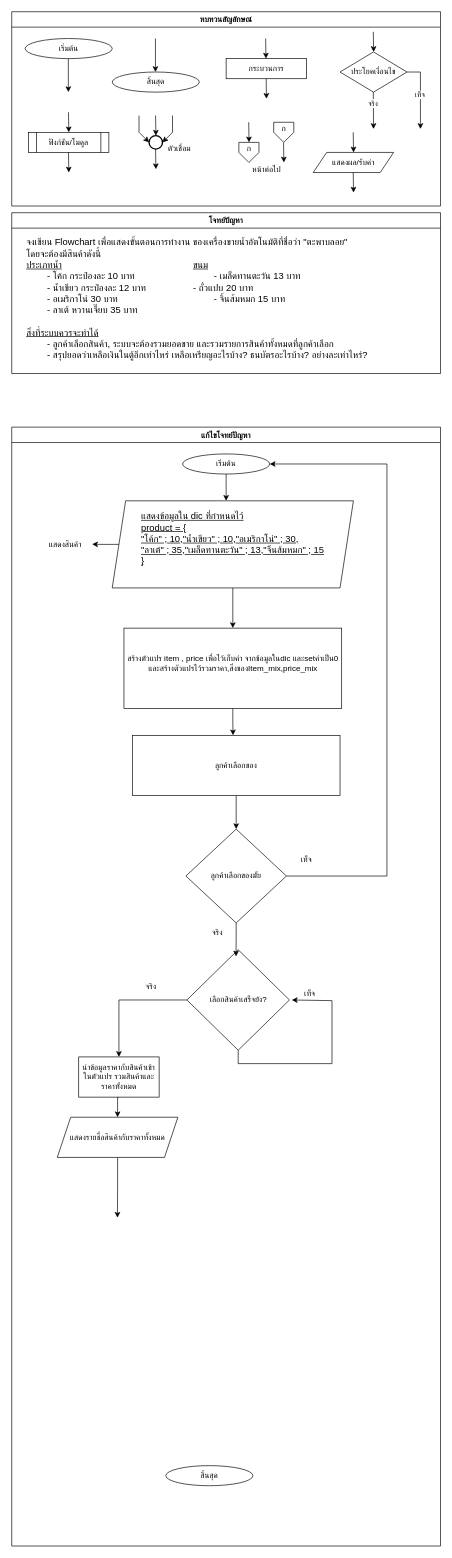
Above: LAB/Lab2/Lab2_code.drawio in PanupongThongdee/ENGCC304 (draw.io), before the change. Source tidied: cells renumbered, new cells numbered last; positions are measured from the earlier drawing's top-left corner, leaving out a move shared by most shapes. Both pictures are drawn from the tidied source at 67%, with x=0, y=0 at pixel (11, 11).
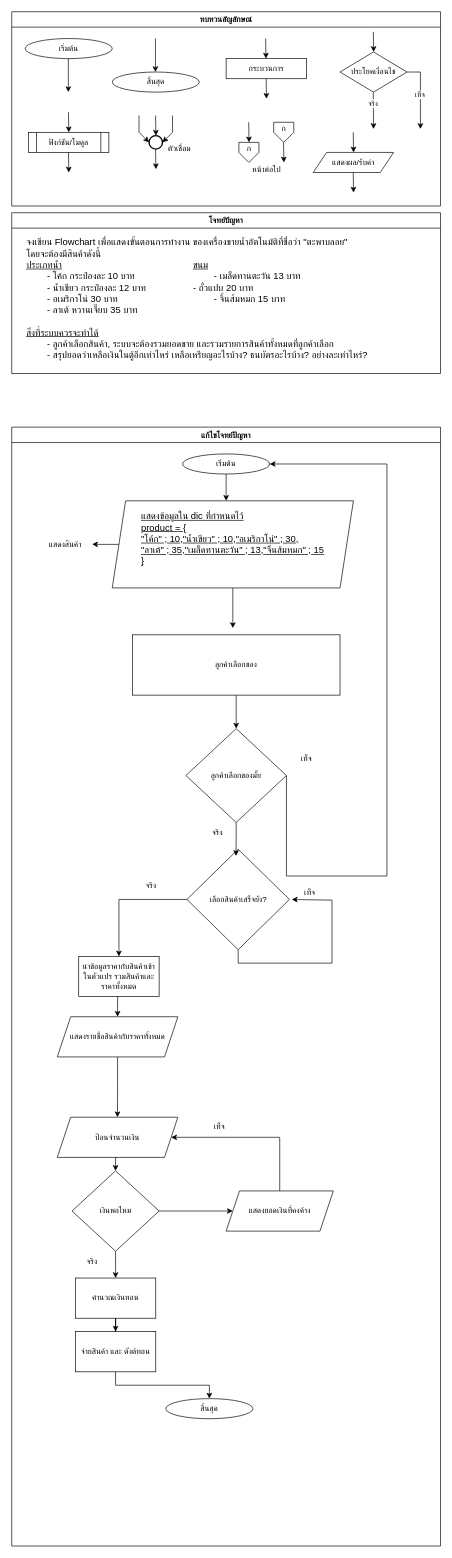
The same page after the edit.

Unchanged cells that the change refers to:
```xml
<mxCell id="35" value="แก้ไขโจทย์ปัญหา" style="swimlane;fontFamily=Sarabun;" parent="1" vertex="1">
  <mxGeometry y="620" width="640" height="1670" as="geometry" />
</mxCell>
<mxCell id="36" value="&lt;font face=&quot;Sarabun&quot;&gt;เริ่มต้น&lt;/font&gt;" style="ellipse;whiteSpace=wrap;html=1;" parent="35" vertex="1">
  <mxGeometry x="255" y="40" width="130" height="30" as="geometry" />
</mxCell>
```

What changed in the source:
```diff
@@
-    <mxCell id="37" value="&lt;font face=&quot;Sarabun&quot;&gt;สิ้นสุด&lt;/font&gt;" style="ellipse;whiteSpace=wrap;html=1;" parent="35" vertex="1">
-      <mxGeometry x="230" y="1550" width="130" height="30" as="geometry" />
-    </mxCell>
@@
-    <mxCell id="43" style="edgeStyle=orthogonalEdgeStyle;rounded=0;jettySize=auto;html=1;exitX=0.5;exitY=1;exitDx=0;exitDy=0;" parent="35" edge="1" source="44">
-      <mxGeometry relative="1" as="geometry">
-        <mxPoint x="330.3" y="460" as="targetPoint" />
-      </mxGeometry>
-    </mxCell>
-    <mxCell id="44" value="สร้างตัวแปร item , price เพื่อไว้เก็บค่า จากข้อมูลในdic และsetค่าเป็น0&lt;div&gt;และสร้างตัวแปรไว้รวมราคา,สิ่งของItem_mix,price_mix&lt;br&gt;&lt;div&gt;&lt;br&gt;&lt;/div&gt;&lt;/div&gt;" style="rounded=0;whiteSpace=wrap;html=1;" parent="35" vertex="1">
-      <mxGeometry x="167.5" y="300" width="325" height="120" as="geometry" />
-    </mxCell>
+    <mxCell id="54" style="edgeStyle=orthogonalEdgeStyle;rounded=0;jettySize=auto;html=1;exitX=1;exitY=0.5;exitDx=0;exitDy=0;entryX=1;entryY=0.5;entryDx=0;entryDy=0;" parent="35" edge="1" source="55" target="36">
+      <mxGeometry relative="1" as="geometry">
+        <Array as="points">
+          <mxPoint x="560" y="670" />
+          <mxPoint x="560" y="55" />
+        </Array>
+      </mxGeometry>
+    </mxCell>
+    <mxCell id="37" value="&lt;font face=&quot;Sarabun&quot;&gt;สิ้นสุด&lt;/font&gt;" style="ellipse;whiteSpace=wrap;html=1;" parent="35" vertex="1">
+      <mxGeometry x="230" y="1450" width="130" height="30" as="geometry" />
+    </mxCell>
@@
     <mxCell id="46" value="ลูกค้าเลือกของ" style="rounded=0;whiteSpace=wrap;html=1;" parent="35" vertex="1">
-      <mxGeometry x="180" y="460" width="310" height="90" as="geometry" />
+      <mxGeometry x="180" y="310" width="310" height="90" as="geometry" />
     </mxCell>
@@
     <mxCell id="48" value="เลือกสินค้าเสร็จยัง?" style="rhombus;whiteSpace=wrap;html=1;" parent="35" vertex="1">
-      <mxGeometry x="261.5" y="780" width="153" height="150" as="geometry" />
+      <mxGeometry x="261.5" y="630" width="153" height="150" as="geometry" />
     </mxCell>
     <mxCell id="49" style="edgeStyle=orthogonalEdgeStyle;rounded=0;jettySize=auto;html=1;exitX=0.5;exitY=1;exitDx=0;exitDy=0;" parent="35" edge="1" source="50">
       <mxGeometry relative="1" as="geometry">
-        <mxPoint x="157.8" y="1180" as="targetPoint" />
+        <mxPoint x="157.8" y="1030" as="targetPoint" />
       </mxGeometry>
     </mxCell>
     <mxCell id="50" value="แสดงรายชื่อสินค้ากับราคาทั้งหมด" style="shape=parallelogram;perimeter=parallelogramPerimeter;whiteSpace=wrap;html=1;fixedSize=1;" parent="35" vertex="1">
-      <mxGeometry x="68" y="1030" width="180" height="60" as="geometry" />
+      <mxGeometry x="68" y="880" width="180" height="60" as="geometry" />
     </mxCell>
     <mxCell id="51" style="edgeStyle=orthogonalEdgeStyle;rounded=0;jettySize=auto;html=1;exitX=0.5;exitY=1;exitDx=0;exitDy=0;" parent="35" edge="1" source="48">
       <mxGeometry relative="1" as="geometry">
-        <mxPoint x="418" y="855" as="targetPoint" />
+        <mxPoint x="418" y="705" as="targetPoint" />
         <Array as="points">
-          <mxPoint x="338" y="950" />
-          <mxPoint x="478" y="950" />
-          <mxPoint x="478" y="856" />
-          <mxPoint x="418" y="856" />
+          <mxPoint x="338" y="800" />
+          <mxPoint x="478" y="800" />
+          <mxPoint x="478" y="706" />
+          <mxPoint x="418" y="706" />
         </Array>
       </mxGeometry>
     </mxCell>
     <mxCell id="52" value="จริง" style="text;html=1;align=center;verticalAlign=middle;whiteSpace=wrap;rounded=0;" parent="35" vertex="1">
-      <mxGeometry x="178" y="820" width="60" height="30" as="geometry" />
+      <mxGeometry x="178" y="670" width="60" height="30" as="geometry" />
     </mxCell>
     <mxCell id="53" value="เท็จ" style="text;html=1;align=center;verticalAlign=middle;whiteSpace=wrap;rounded=0;" parent="35" vertex="1">
-      <mxGeometry x="414.5" y="830" width="60" height="30" as="geometry" />
+      <mxGeometry x="414.5" y="680" width="60" height="30" as="geometry" />
     </mxCell>
-    <mxCell id="54" style="edgeStyle=orthogonalEdgeStyle;rounded=0;jettySize=auto;html=1;exitX=1;exitY=0.5;exitDx=0;exitDy=0;entryX=1;entryY=0.5;entryDx=0;entryDy=0;" parent="35" edge="1" source="55" target="36">
-      <mxGeometry relative="1" as="geometry">
-        <Array as="points">
-          <mxPoint x="560" y="670" />
-          <mxPoint x="560" y="55" />
-        </Array>
-      </mxGeometry>
-    </mxCell>
     <mxCell id="55" value="ลูกค้าเลือกของมั้ย" style="rhombus;whiteSpace=wrap;html=1;" parent="35" vertex="1">
-      <mxGeometry x="260" y="600" width="150" height="140" as="geometry" />
+      <mxGeometry x="260" y="450" width="150" height="140" as="geometry" />
     </mxCell>
@@
     <mxCell id="57" value="จริง" style="text;html=1;align=center;verticalAlign=middle;whiteSpace=wrap;rounded=0;" parent="35" vertex="1">
-      <mxGeometry x="277" y="740" width="60" height="30" as="geometry" />
+      <mxGeometry x="277" y="590" width="60" height="30" as="geometry" />
     </mxCell>
     <mxCell id="58" value="เท็จ" style="text;html=1;align=center;verticalAlign=middle;whiteSpace=wrap;rounded=0;" parent="35" vertex="1">
-      <mxGeometry x="410" y="630" width="60" height="30" as="geometry" />
+      <mxGeometry x="410" y="480" width="60" height="30" as="geometry" />
     </mxCell>
@@
     <mxCell id="60" value="นำข้อมูลราคากับสินค้าเข้าในตัวแปร รวมสินค้าและราคาทั้งหมด" style="rounded=0;whiteSpace=wrap;html=1;" parent="35" vertex="1">
-      <mxGeometry x="100" y="940" width="120" height="60" as="geometry" />
+      <mxGeometry x="100" y="790" width="120" height="60" as="geometry" />
     </mxCell>
+    <mxCell id="63" style="edgeStyle=orthogonalEdgeStyle;rounded=0;jettySize=auto;html=1;exitX=0.5;exitY=1;exitDx=0;exitDy=0;entryX=0.5;entryY=0;entryDx=0;entryDy=0;" parent="35" edge="1" source="64" target="67">
+      <mxGeometry relative="1" as="geometry" />
+    </mxCell>
+    <mxCell id="64" value="ป้อนจำนวนเงิน" style="shape=parallelogram;perimeter=parallelogramPerimeter;whiteSpace=wrap;html=1;fixedSize=1;" parent="35" vertex="1">
+      <mxGeometry x="68" y="1030" width="180" height="60" as="geometry" />
+    </mxCell>
+    <mxCell id="65" value="คำนวณเงินทอน" style="rounded=0;whiteSpace=wrap;html=1;" parent="35" vertex="1">
+      <mxGeometry x="95" y="1270" width="120" height="60" as="geometry" />
+    </mxCell>
+    <mxCell id="66" style="edgeStyle=orthogonalEdgeStyle;rounded=0;jettySize=auto;html=1;exitX=0.5;exitY=1;exitDx=0;exitDy=0;" parent="35" edge="1" source="67">
+      <mxGeometry relative="1" as="geometry">
+        <mxPoint x="155" y="1270" as="targetPoint" />
+      </mxGeometry>
+    </mxCell>
+    <mxCell id="67" value="เงินพอไหม" style="rhombus;whiteSpace=wrap;html=1;" parent="35" vertex="1">
+      <mxGeometry x="90" y="1110" width="130" height="120" as="geometry" />
+    </mxCell>
+    <mxCell id="68" style="edgeStyle=orthogonalEdgeStyle;rounded=0;jettySize=auto;html=1;exitX=0.5;exitY=0;exitDx=0;exitDy=0;entryX=1;entryY=0.5;entryDx=0;entryDy=0;" parent="35" edge="1" source="69" target="64">
+      <mxGeometry relative="1" as="geometry">
+        <Array as="points">
+          <mxPoint x="400" y="1060" />
+        </Array>
+      </mxGeometry>
+    </mxCell>
+    <mxCell id="69" value="แสดงยอดเงินที่คงค้าง" style="shape=parallelogram;perimeter=parallelogramPerimeter;whiteSpace=wrap;html=1;fixedSize=1;" parent="35" vertex="1">
+      <mxGeometry x="320" y="1140" width="160" height="60" as="geometry" />
+    </mxCell>
+    <mxCell id="70" style="edgeStyle=orthogonalEdgeStyle;rounded=0;jettySize=auto;html=1;exitX=1;exitY=0.5;exitDx=0;exitDy=0;" parent="35" edge="1" source="67" target="69">
+      <mxGeometry relative="1" as="geometry" />
+    </mxCell>
+    <mxCell id="71" style="edgeStyle=orthogonalEdgeStyle;rounded=0;jettySize=auto;html=1;exitX=0.5;exitY=1;exitDx=0;exitDy=0;entryX=0.5;entryY=0;entryDx=0;entryDy=0;" parent="35" edge="1" source="72" target="37">
+      <mxGeometry relative="1" as="geometry" />
+    </mxCell>
+    <mxCell id="72" value="จ่ายสินค้า และ ตังต์ทอน" style="rounded=0;whiteSpace=wrap;html=1;" parent="35" vertex="1">
+      <mxGeometry x="95" y="1350" width="120" height="60" as="geometry" />
+    </mxCell>
+    <mxCell id="73" style="edgeStyle=orthogonalEdgeStyle;rounded=0;jettySize=auto;html=1;exitX=0.5;exitY=1;exitDx=0;exitDy=0;" parent="35" edge="1" source="65" target="72">
+      <mxGeometry relative="1" as="geometry" />
+    </mxCell>
+    <mxCell id="74" value="จริง" style="text;html=1;align=center;verticalAlign=middle;whiteSpace=wrap;rounded=0;" parent="35" vertex="1">
+      <mxGeometry x="90" y="1230" width="60" height="30" as="geometry" />
+    </mxCell>
+    <mxCell id="75" value="เท็จ" style="text;whiteSpace=wrap;html=1;" parent="35" vertex="1">
+      <mxGeometry x="300" y="1030" width="50" height="40" as="geometry" />
+    </mxCell>
```
